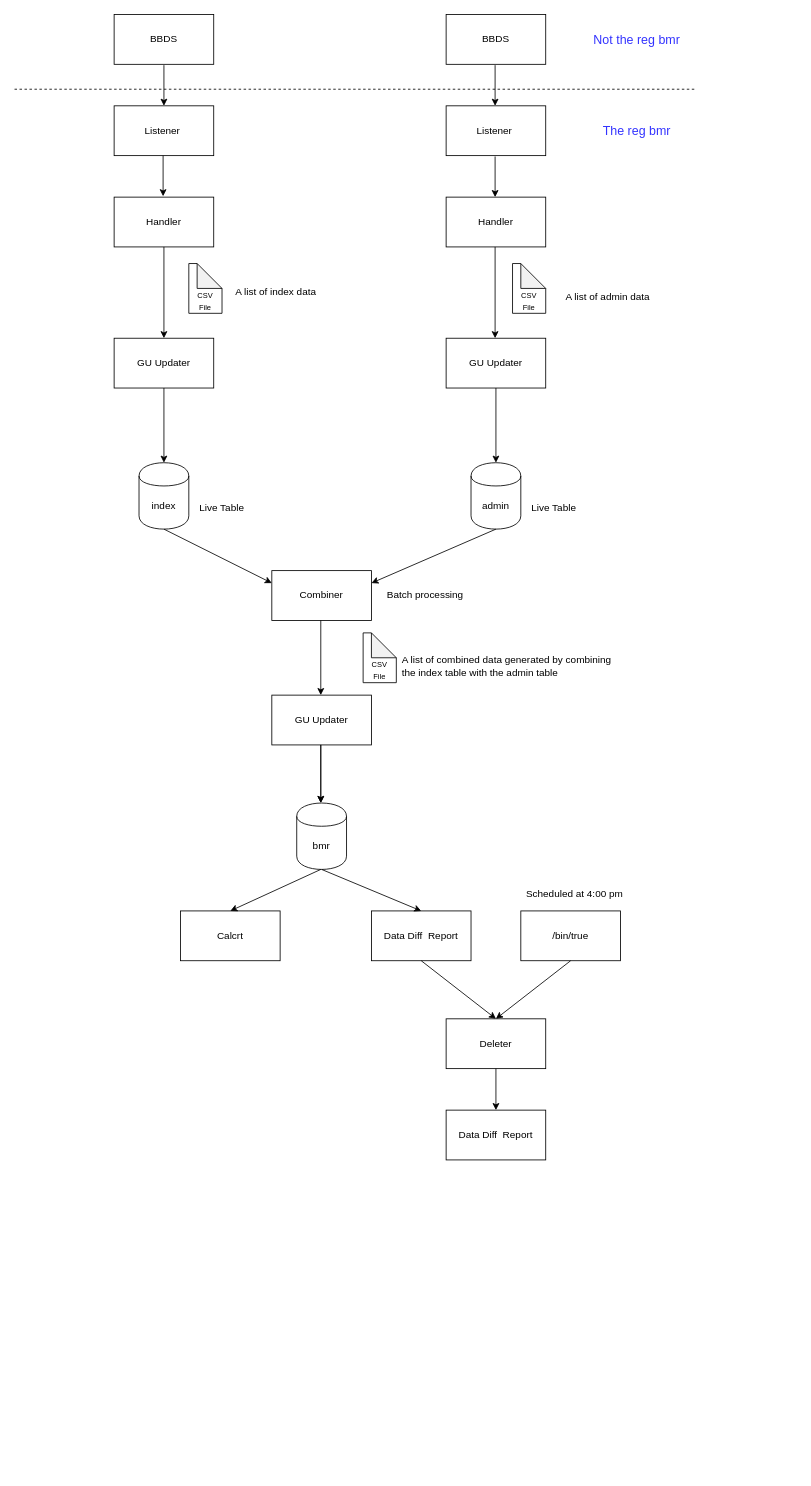
Earlier version of the draw.io diagram homework/1/src/Untitled Diagram.drawio (LiangRao/15214-Project). Source tidied: cells renumbered, new cells numbered last; positions are measured from the earlier drawing's top-left corner, leaving out a move shared by most shapes. Both pictures are drawn from the tidied source at 83%, with x=0, y=0 at pixel (14, 14).
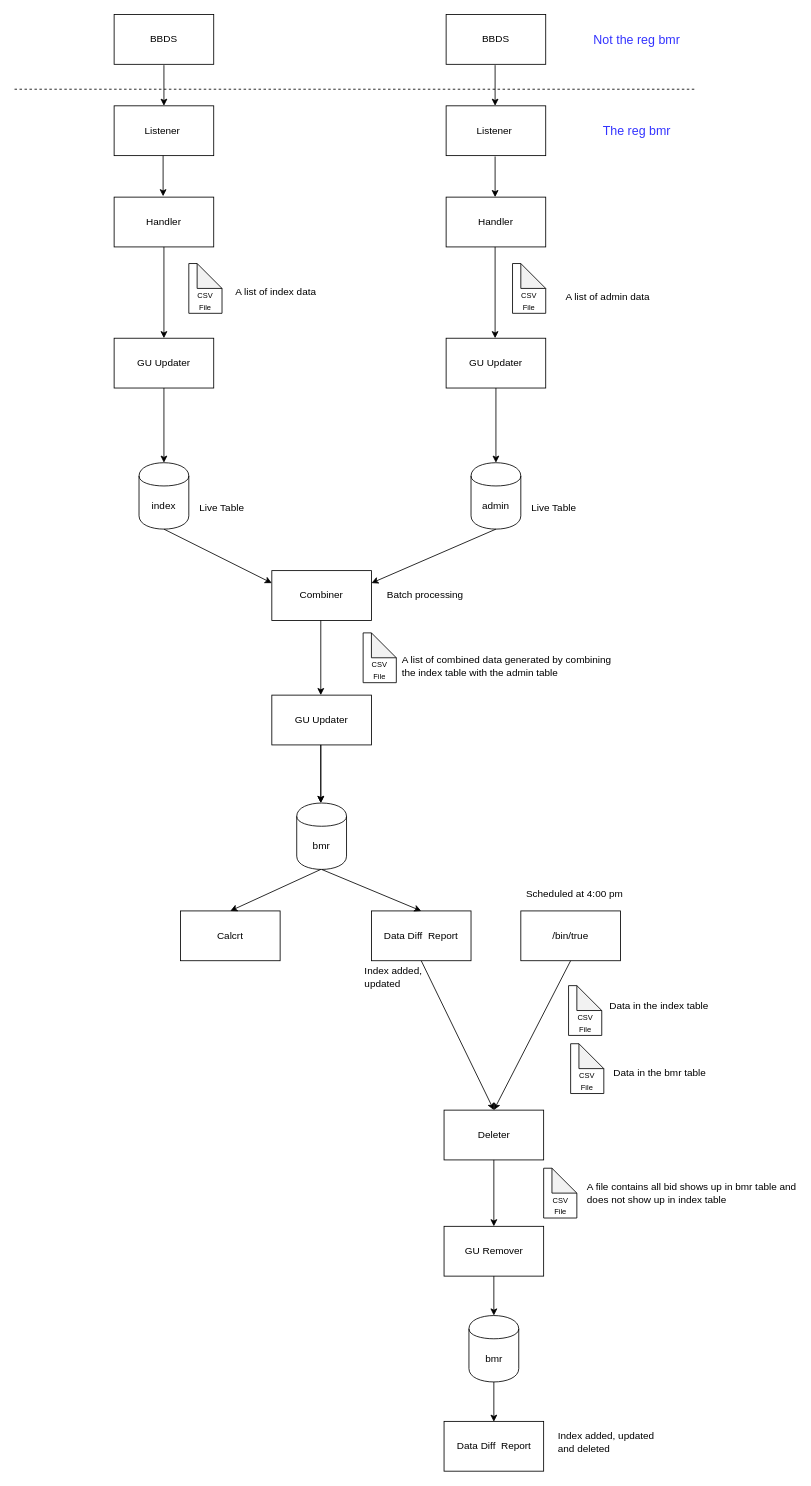
The same page after the edit.

Diff of the diagram source:
```diff
@@
     <mxCell id="48" value="Deleter" style="rounded=0;whiteSpace=wrap;html=1;" parent="1" vertex="1">
-      <mxGeometry x="520" y="1210" width="120" height="60" as="geometry" />
+      <mxGeometry x="517.5" y="1320" width="120" height="60" as="geometry" />
     </mxCell>
     <mxCell id="49" value="Data Diff &amp;nbsp;Report" style="rounded=0;whiteSpace=wrap;html=1;" parent="1" vertex="1">
-      <mxGeometry x="520" y="1320" width="120" height="60" as="geometry" />
+      <mxGeometry x="517.5" y="1695" width="120" height="60" as="geometry" />
     </mxCell>
-    <mxCell id="50" style="endArrow=classic;html=1;" parent="1" edge="1">
+    <mxCell id="50" style="endArrow=classic;html=1;entryX=0.5;entryY=0;entryDx=0;entryDy=0;" parent="1" edge="1" target="51">
       <mxGeometry relative="1" as="geometry">
-        <mxPoint x="580" y="1270" as="sourcePoint" />
-        <mxPoint x="580" y="1320" as="targetPoint" />
+        <mxPoint x="577.5" y="1380" as="sourcePoint" />
       </mxGeometry>
     </mxCell>
+    <mxCell id="51" value="GU Remover" style="rounded=0;whiteSpace=wrap;html=1;" parent="1" vertex="1">
+      <mxGeometry x="517.5" y="1460" width="120" height="60" as="geometry" />
+    </mxCell>
+    <mxCell id="52" style="endArrow=classic;html=1;exitX=0.5;exitY=1;exitDx=0;exitDy=0;entryX=0.5;entryY=0;entryDx=0;entryDy=0;" parent="1" edge="1" source="51" target="57">
+      <mxGeometry relative="1" as="geometry" />
+    </mxCell>
+    <mxCell id="53" value="&lt;font style=&quot;font-size: 9px&quot;&gt;&lt;br&gt;&lt;br&gt;CSV&lt;br&gt;File&lt;/font&gt;&lt;br&gt;" style="shape=note;whiteSpace=wrap;html=1;backgroundOutline=1;darkOpacity=0.05;" parent="1" vertex="1">
+      <mxGeometry x="637.5" y="1390" width="40" height="60" as="geometry" />
+    </mxCell>
+    <mxCell id="54" value="A file contains all bid shows up in bmr table and does not show up in index table" style="text;html=1;strokeColor=none;fillColor=none;align=left;verticalAlign=middle;whiteSpace=wrap;rounded=0;" parent="1" vertex="1">
+      <mxGeometry x="687.5" y="1395" width="255" height="50" as="geometry" />
+    </mxCell>
+    <mxCell id="55" value="Index added,&lt;br&gt;updated&lt;br&gt;" style="text;html=1;strokeColor=none;fillColor=none;align=left;verticalAlign=middle;whiteSpace=wrap;rounded=0;" parent="1" vertex="1">
+      <mxGeometry x="420" y="1150" width="80" height="20" as="geometry" />
+    </mxCell>
+    <mxCell id="56" value="Index added,&amp;nbsp;updated and deleted&lt;br&gt;" style="text;html=1;strokeColor=none;fillColor=none;align=left;verticalAlign=middle;whiteSpace=wrap;rounded=0;" parent="1" vertex="1">
+      <mxGeometry x="652.5" y="1695" width="130" height="50" as="geometry" />
+    </mxCell>
+    <mxCell id="57" value="bmr" style="shape=cylinder;whiteSpace=wrap;html=1;boundedLbl=1;backgroundOutline=1;" parent="1" vertex="1">
+      <mxGeometry x="547.5" y="1567.5" width="60" height="80" as="geometry" />
+    </mxCell>
+    <mxCell id="58" style="endArrow=classic;html=1;exitX=0.5;exitY=1;exitDx=0;exitDy=0;entryX=0.5;entryY=0;entryDx=0;entryDy=0;" parent="1" edge="1">
+      <mxGeometry relative="1" as="geometry">
+        <mxPoint x="577.5" y="1647.5" as="sourcePoint" />
+        <mxPoint x="577.5" y="1695.5" as="targetPoint" />
+      </mxGeometry>
+    </mxCell>
+    <mxCell id="59" value="&lt;font style=&quot;font-size: 9px&quot;&gt;&lt;br&gt;&lt;br&gt;CSV&lt;br&gt;File&lt;/font&gt;&lt;br&gt;" style="shape=note;whiteSpace=wrap;html=1;backgroundOutline=1;darkOpacity=0.05;" parent="1" vertex="1">
+      <mxGeometry x="667.5" y="1170" width="40" height="60" as="geometry" />
+    </mxCell>
+    <mxCell id="60" value="Data in the index table" style="text;html=1;strokeColor=none;fillColor=none;align=left;verticalAlign=middle;whiteSpace=wrap;rounded=0;" parent="1" vertex="1">
+      <mxGeometry x="715" y="1170" width="135" height="50" as="geometry" />
+    </mxCell>
+    <mxCell id="61" value="&lt;font style=&quot;font-size: 9px&quot;&gt;&lt;br&gt;&lt;br&gt;CSV&lt;br&gt;File&lt;/font&gt;&lt;br&gt;" style="shape=note;whiteSpace=wrap;html=1;backgroundOutline=1;darkOpacity=0.05;" parent="1" vertex="1">
+      <mxGeometry x="670" y="1240" width="40" height="60" as="geometry" />
+    </mxCell>
+    <mxCell id="62" value="Data in the bmr table" style="text;html=1;strokeColor=none;fillColor=none;align=left;verticalAlign=middle;whiteSpace=wrap;rounded=0;" parent="1" vertex="1">
+      <mxGeometry x="720" y="1250" width="135" height="50" as="geometry" />
+    </mxCell>
```
